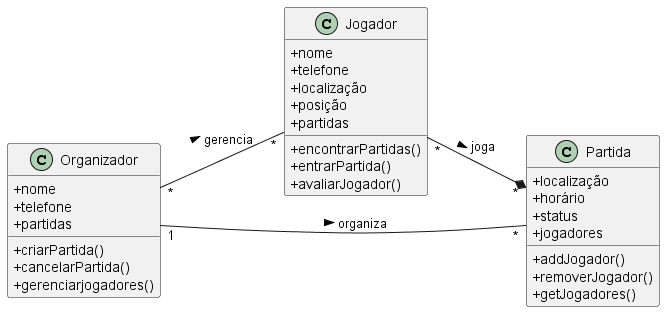
Above: img/domainmodel.png in gtkacz/desenvolvimento-sistemas-ii (PlantUML), before the change. Source of this version:
```plantuml
@startuml domainmodel
    left to right direction
    skinparam classAttributeIconSize 0

    class Jogador {
        +nome
        +telefone
        +localização
        +posição
        +partidas
        +encontrarPartidas()
        +entrarPartida()
        +avaliarJogador()
    }

    class Organizador {
        +nome
        +telefone
        +partidas
        +criarPartida()
        +cancelarPartida()
        +gerenciarjogadores()
    }

    class Partida {
        +localização
        +horário
        +status
        +jogadores
        +addJogador()
        +removerJogador()
        +getJogadores()
    }

    Jogador "*" --* "*" Partida : joga >
    Organizador "1" -- "*" Partida : organiza >
    Organizador "*" -- "*" Jogador : gerencia >
@enduml
```
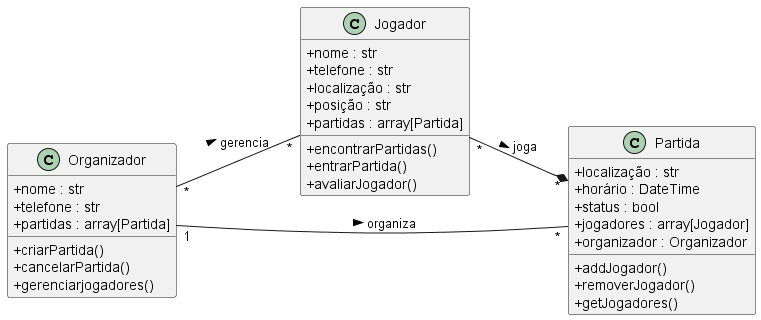
After the change.

Commit message:
Adding types to domain model diagram

Diff of the diagram source:
```diff
@@ -3,30 +3,31 @@
     skinparam classAttributeIconSize 0
 
     class Jogador {
-        +nome
-        +telefone
-        +localização
-        +posição
-        +partidas
+        +nome : str
+        +telefone : str
+        +localização : str
+        +posição : str
+        +partidas : array[Partida]
         +encontrarPartidas()
         +entrarPartida()
         +avaliarJogador()
     }
 
     class Organizador {
-        +nome
-        +telefone
-        +partidas
+        +nome : str
+        +telefone : str
+        +partidas : array[Partida]
         +criarPartida()
         +cancelarPartida()
         +gerenciarjogadores()
     }
 
     class Partida {
-        +localização
-        +horário
-        +status
-        +jogadores
+        +localização : str
+        +horário : DateTime
+        +status : bool
+        +jogadores : array[Jogador]
+        +organizador : Organizador
         +addJogador()
         +removerJogador()
         +getJogadores()
```
